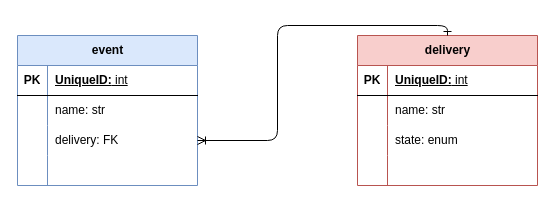
Above: page "entities" (2 of 2) of docs/architecture.drawio in olah0la/drone-delivery (draw.io), before the change. Source tidied: cells renumbered, new cells numbered last; positions are measured from the earlier drawing's top-left corner, leaving out a move shared by most shapes. Both pictures are drawn from the tidied source at 100%, with x=0, y=0 at pixel (17, 35).
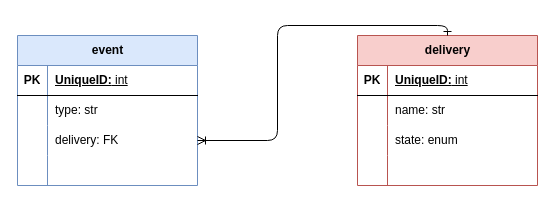
After the change.

Unchanged cells that the change refers to:
```xml
<mxCell id="19" style="shape=tableRow;horizontal=0;startSize=0;swimlaneHead=0;swimlaneBody=0;fillColor=none;top=0;left=0;right=0;bottom=0;" parent="15" vertex="1">
  <mxGeometry y="60" width="180" height="30" as="geometry" />
</mxCell>
```

Diff of the diagram source:
```diff
@@
-    <mxCell id="21" value="name: str" style="shape=partialRectangle;fillColor=none;top=0;left=0;bottom=0;right=0;align=left;spacingLeft=6;overflow=hidden;whiteSpace=wrap;html=1;" parent="19" vertex="1">
+    <mxCell id="21" value="type: str" style="shape=partialRectangle;fillColor=none;top=0;left=0;bottom=0;right=0;align=left;spacingLeft=6;overflow=hidden;whiteSpace=wrap;html=1;" parent="19" vertex="1">
       <mxGeometry x="30" width="150" height="30" as="geometry" />
     </mxCell>
```
